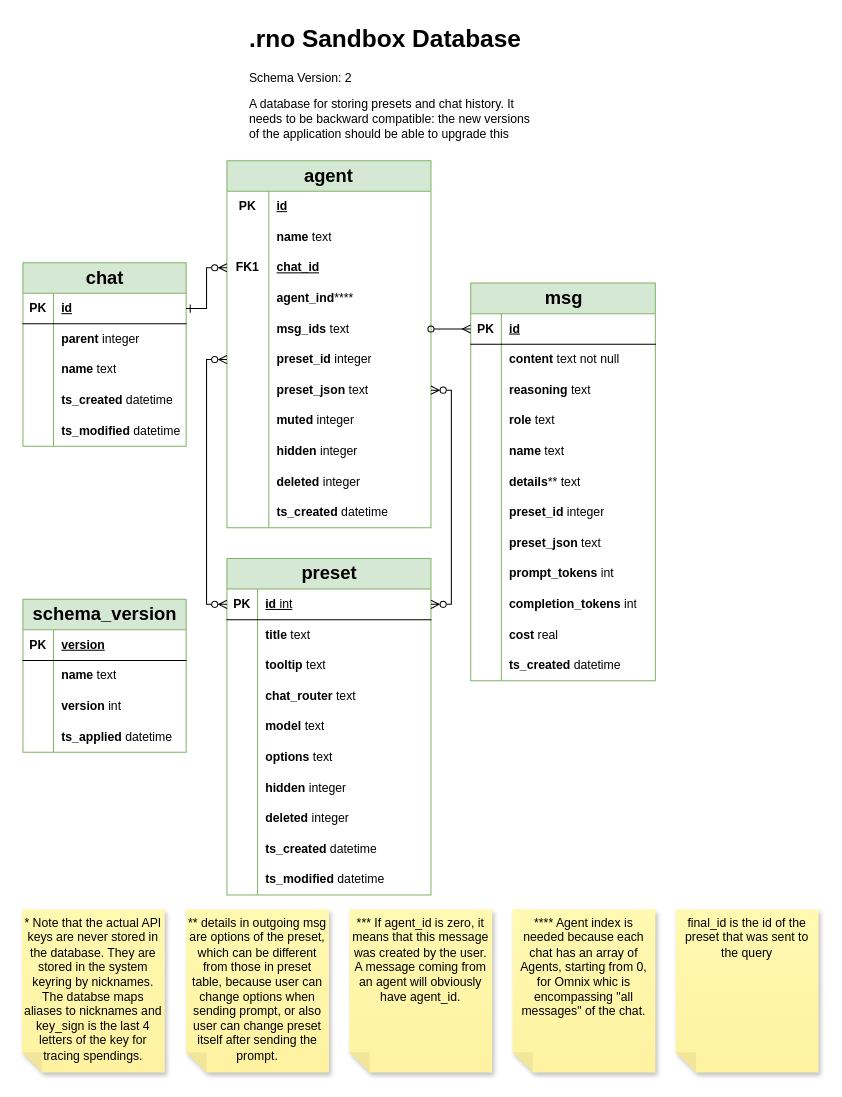
Before: doc/main_db.drawio in alexkh/inforno, a draw.io diagram. Source tidied: cells renumbered, new cells numbered last; positions are measured from the earlier drawing's top-left corner, leaving out a move shared by most shapes. Both pictures are drawn from the tidied source at 102%, with x=0, y=0 at pixel (21, 17).
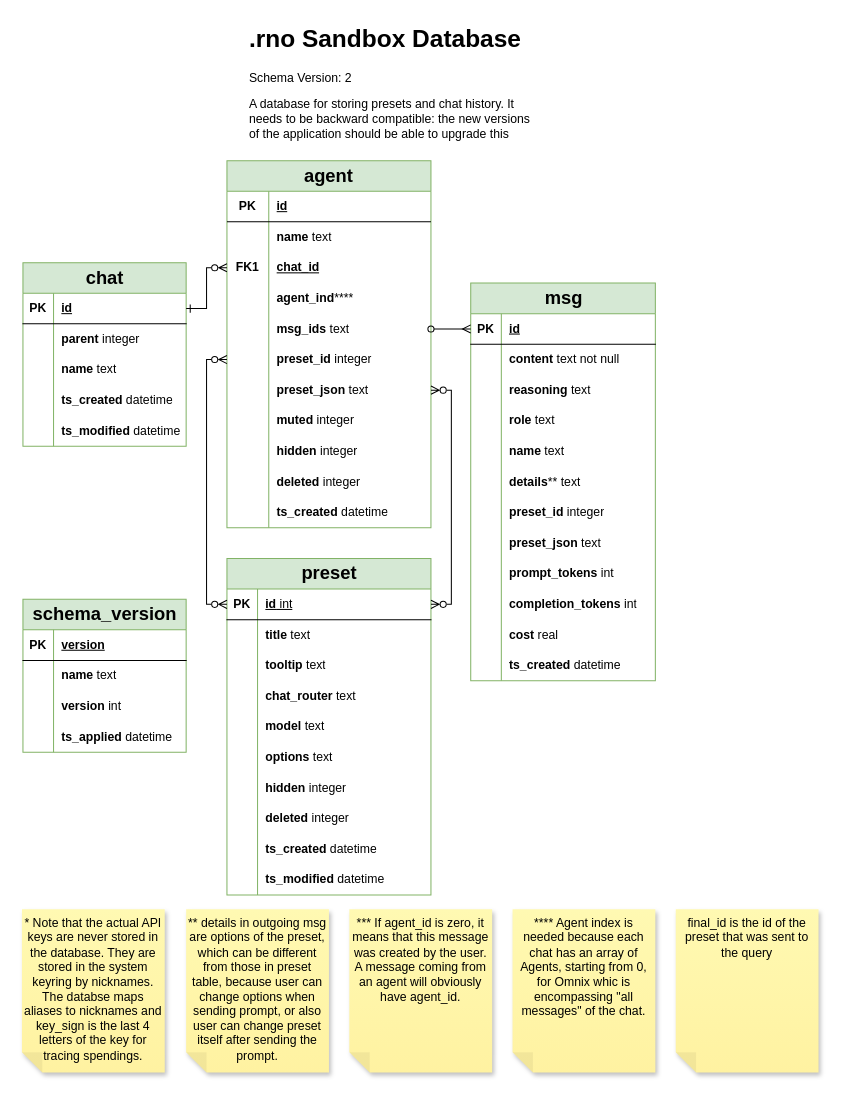
The same page after the edit.

Commit message (it also covers changes not shown here):
improving workaround of egui-commonmark not starting code blocks from new line, extending it to the blockquotes and Latex math formulas inside double dollar signs

Unchanged cells that the change refers to:
```xml
<mxCell id="56" value="agent" style="shape=table;startSize=30;childLayout=tableLayout;rowLines=0;fontStyle=1;align=center;html=1;whiteSpace=wrap;fillColor=#d5e8d4;strokeColor=#82b366;fontSize=18;swimlaneLine=1;" parent="1" vertex="1">
  <mxGeometry x="201" y="140" width="200" height="360" as="geometry" />
</mxCell>
<mxCell id="57" style="shape=tableRow;horizontal=0;startSize=0;swimlaneHead=0;swimlaneBody=0;fillColor=none;points=[[0,0.5],[1,0.5]];portConstraint=eastwest;top=0;left=0;right=0;bottom=0;html=1;swimlaneFillColor=default;swimlaneLine=1;perimeterSpacing=1;strokeColor=default;" parent="56" vertex="1">
  <mxGeometry y="30" width="200" height="30" as="geometry" />
</mxCell>
<mxCell id="60" style="shape=tableRow;horizontal=0;startSize=0;swimlaneHead=0;swimlaneBody=0;fillColor=none;points=[[0,0.5],[1,0.5]];portConstraint=eastwest;top=0;left=0;right=0;bottom=0;html=1;" parent="56" vertex="1">
  <mxGeometry y="60" width="200" height="30" as="geometry" />
</mxCell>
```

Change to the diagram source:
```diff
@@
+    <mxCell id="144" style="endArrow=none;html=1;rounded=0;entryX=1;entryY=0;entryDx=0;entryDy=0;entryPerimeter=0;exitX=0.005;exitY=0.969;exitDx=0;exitDy=0;exitPerimeter=0;" parent="56" edge="1" source="57" target="60">
+      <mxGeometry relative="1" as="geometry" />
+    </mxCell>
```
